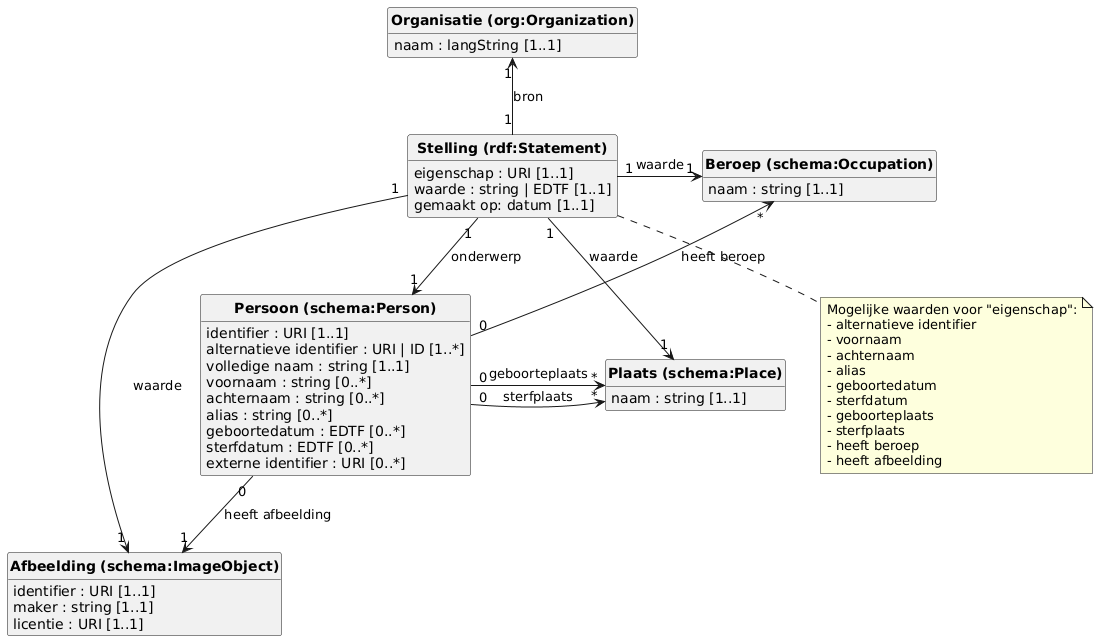
This is datamodel/diagram.png from viaacode/visual-name-authority-project, a PlantUML export, as it was before one commit.
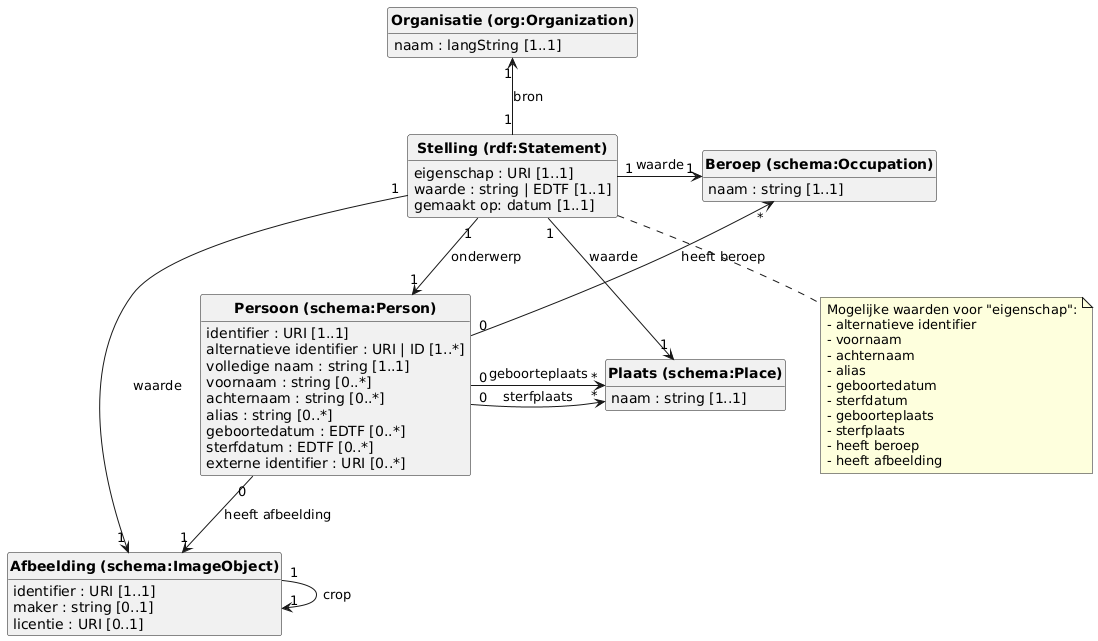
Above is the later version.

Commit message:
update diagram pic

Diff of the diagram source:
```diff
@@ -21,14 +21,15 @@
 
 class "<b>Afbeelding (schema:ImageObject)</b>" {
     identifier : URI [1..1]
-    maker : string [1..1]
-    licentie : URI [1..1]
+    maker : string [0..1]
+    licentie : URI [0..1]
 }
 
 "<b>Persoon (schema:Person)</b>" "0" -> "*" "<b>Plaats (schema:Place)</b>" : geboorteplaats
 "<b>Persoon (schema:Person)</b>" "0" -> "*" "<b>Plaats (schema:Place)</b>" : sterfplaats
 "<b>Beroep (schema:Occupation)</b>" "*" <-- "0" "<b>Persoon (schema:Person)</b>": heeft beroep
 "<b>Persoon (schema:Person)</b>" "0" --> "1" "<b>Afbeelding (schema:ImageObject)</b>": heeft afbeelding
+"<b>Afbeelding (schema:ImageObject)</b>" "1" --> "1" "<b>Afbeelding (schema:ImageObject)</b>": crop
 
 class "<b>Organisatie (org:Organization)</b>" {
     naam : langString [1..1]
```
